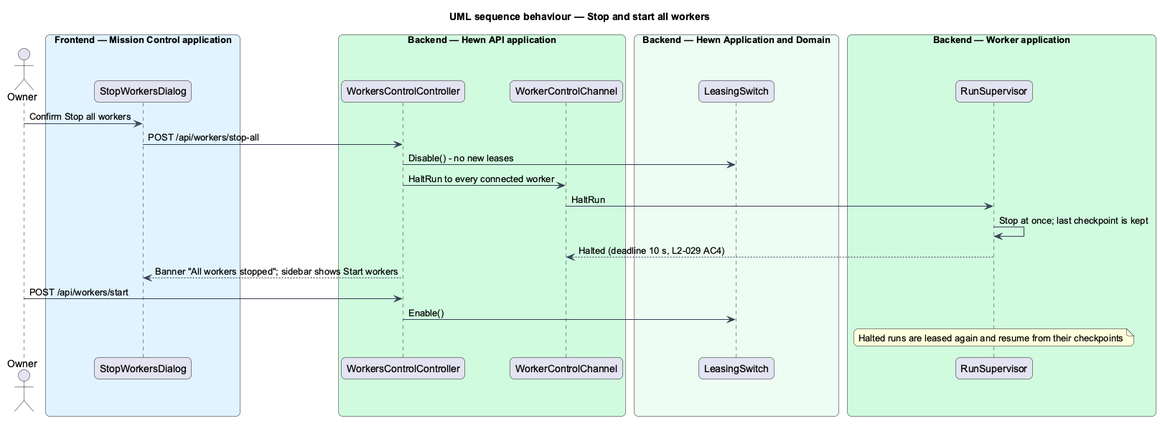
The PlantUML diagram docs/detailed-designs/pipeline/pause-resume-cancel-stop/diagrams/sequence-stop-all.png in QuinntyneBrown/hewn, before a commit. Its diagram source:
```plantuml
@startuml
title UML sequence behaviour — Stop and start all workers
skinparam backgroundColor #FFFFFF
skinparam shadowing false
skinparam roundcorner 12
skinparam defaultFontName Arial
skinparam ArrowColor #344054
skinparam rectangle {
  BorderColor #344054
  FontColor #101828
}
skinparam package {
  BorderColor #667085
  FontColor #101828
  BackgroundColor #F9FAFB
}
skinparam sequenceMessageAlign left
actor "Owner" as owner
box "Frontend — Mission Control application" #E0F2FE
  participant "StopWorkersDialog" as dlg
end box
box "Backend — Hewn API application" #D1FADF
  participant "WorkersControlController" as wc
  participant "WorkerControlChannel" as chan
end box
box "Backend — Hewn Application and Domain" #ECFDF3
  participant "LeasingSwitch" as switch
end box
box "Backend — Worker application" #D1FADF
  participant "RunSupervisor" as sup
end box
owner -> dlg : Confirm Stop all workers
dlg -> wc : POST /api/workers/stop-all
wc -> switch : Disable() - no new leases
wc -> chan : HaltRun to every connected worker
chan -> sup : HaltRun
sup -> sup : Stop at once; last checkpoint is kept
sup --> chan : Halted (deadline 10 s, L2-029 AC4)
wc --> dlg : Banner "All workers stopped"; sidebar shows Start workers
owner -> wc : POST /api/workers/start
wc -> switch : Enable()
note over sup : Halted runs are leased again and resume from their checkpoints
@enduml
```
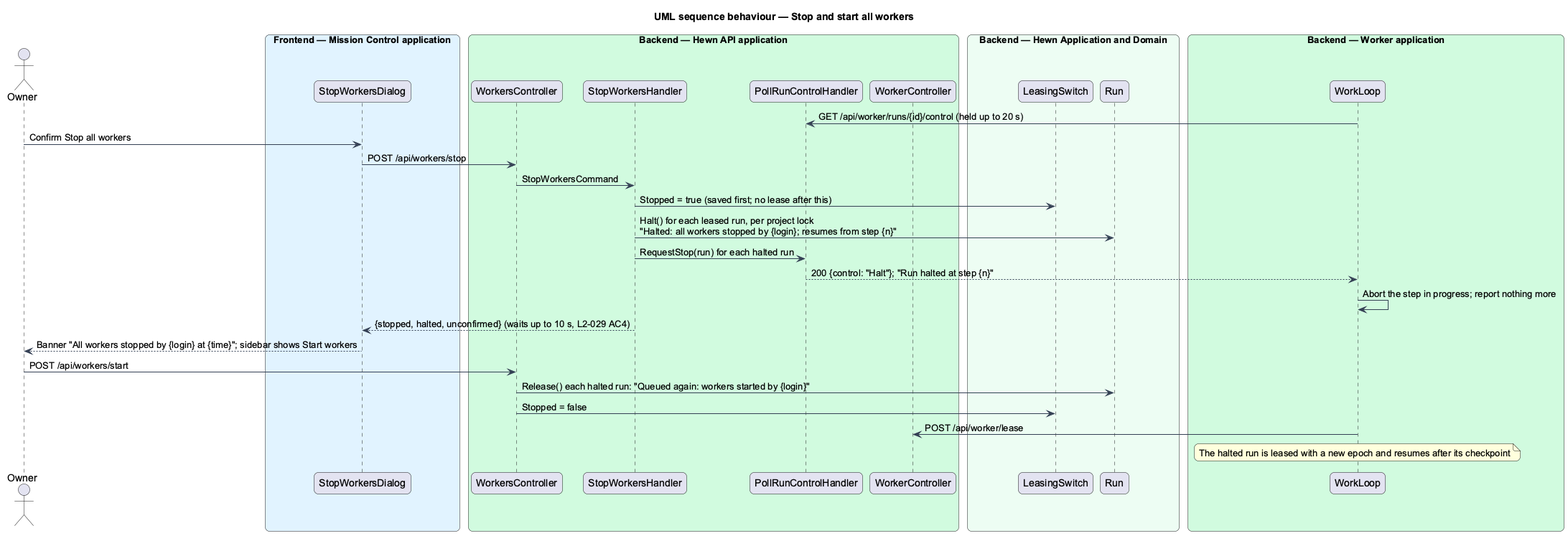
Above is the later version.

The edit, as a diff of the source:
```diff
@@ -20,24 +20,32 @@
   participant "StopWorkersDialog" as dlg
 end box
 box "Backend — Hewn API application" #D1FADF
-  participant "WorkersControlController" as wc
-  participant "WorkerControlChannel" as chan
+  participant "WorkersController" as wc
+  participant "StopWorkersHandler" as stop
+  participant "PollRunControlHandler" as poll
+  participant "WorkerController" as wk
 end box
 box "Backend — Hewn Application and Domain" #ECFDF3
   participant "LeasingSwitch" as switch
+  participant "Run" as run
 end box
 box "Backend — Worker application" #D1FADF
-  participant "RunSupervisor" as sup
+  participant "WorkLoop" as loop
 end box
+loop -> poll : GET /api/worker/runs/{id}/control (held up to 20 s)
 owner -> dlg : Confirm Stop all workers
-dlg -> wc : POST /api/workers/stop-all
-wc -> switch : Disable() - no new leases
-wc -> chan : HaltRun to every connected worker
-chan -> sup : HaltRun
-sup -> sup : Stop at once; last checkpoint is kept
-sup --> chan : Halted (deadline 10 s, L2-029 AC4)
-wc --> dlg : Banner "All workers stopped"; sidebar shows Start workers
+dlg -> wc : POST /api/workers/stop
+wc -> stop : StopWorkersCommand
+stop -> switch : Stopped = true (saved first; no lease after this)
+stop -> run : Halt() for each leased run, per project lock\n"Halted: all workers stopped by {login}; resumes from step {n}"
+stop -> poll : RequestStop(run) for each halted run
+poll --> loop : 200 {control: "Halt"}; "Run halted at step {n}"
+loop -> loop : Abort the step in progress; report nothing more
+stop --> dlg : {stopped, halted, unconfirmed} (waits up to 10 s, L2-029 AC4)
+dlg --> owner : Banner "All workers stopped by {login} at {time}"; sidebar shows Start workers
 owner -> wc : POST /api/workers/start
-wc -> switch : Enable()
-note over sup : Halted runs are leased again and resume from their checkpoints
+wc -> run : Release() each halted run: "Queued again: workers started by {login}"
+wc -> switch : Stopped = false
+loop -> wk : POST /api/worker/lease
+note over loop : The halted run is leased with a new epoch and resumes after its checkpoint
 @enduml
```
